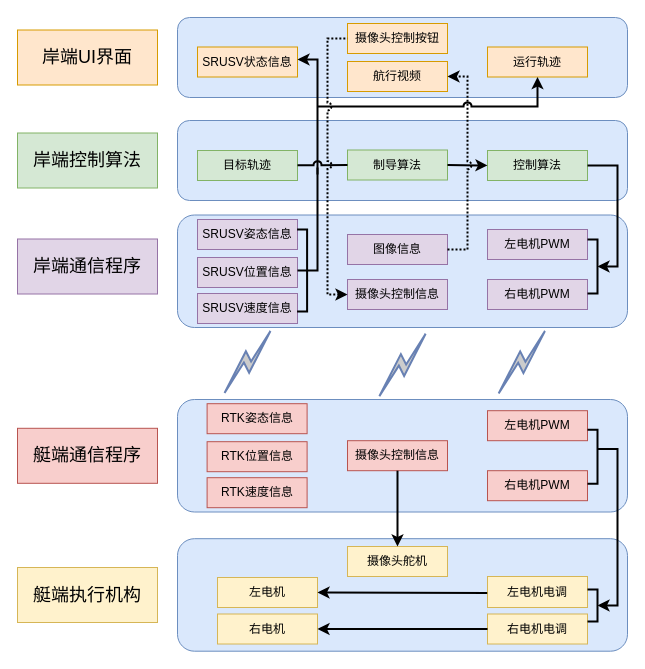
This is 王逸琪第五章/软件构架结构.drawio from shijianhaikey/Drawio, a draw.io file, before an edit. Source tidied: cells renumbered, new cells numbered last; positions are measured from the earlier drawing's top-left corner, leaving out a move shared by most shapes. Both pictures are drawn from the tidied source at 100%, with x=0, y=0 at pixel (17, 17).
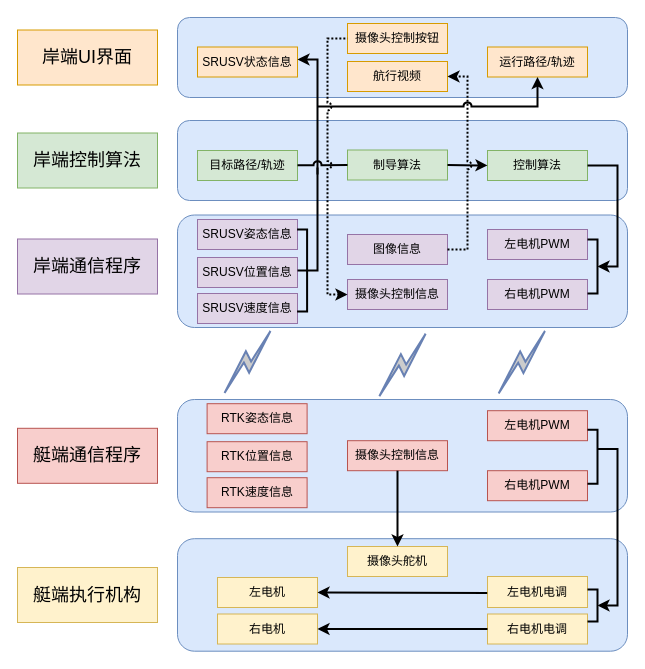
The same page after the edit.

Commit message:
更新软件构架结构.drawio

Change to the diagram source:
```diff
@@
-    <mxCell id="4" value="目标轨迹" style="rounded=0;whiteSpace=wrap;html=1;fillColor=#d5e8d4;strokeColor=#82b366;" parent="1" vertex="1">
+    <mxCell id="4" value="目标路径/轨迹" style="rounded=0;whiteSpace=wrap;html=1;fillColor=#d5e8d4;strokeColor=#82b366;" parent="1" vertex="1">
       <mxGeometry x="180" y="133" width="100" height="30" as="geometry" />
     </mxCell>
@@
-    <mxCell id="24" value="运行轨迹" style="rounded=0;whiteSpace=wrap;html=1;fillColor=#ffe6cc;strokeColor=#d79b00;" parent="1" vertex="1">
+    <mxCell id="24" value="运行路径/轨迹" style="rounded=0;whiteSpace=wrap;html=1;fillColor=#ffe6cc;strokeColor=#d79b00;" parent="1" vertex="1">
       <mxGeometry x="470" y="29.5" width="100" height="30" as="geometry" />
     </mxCell>
```
